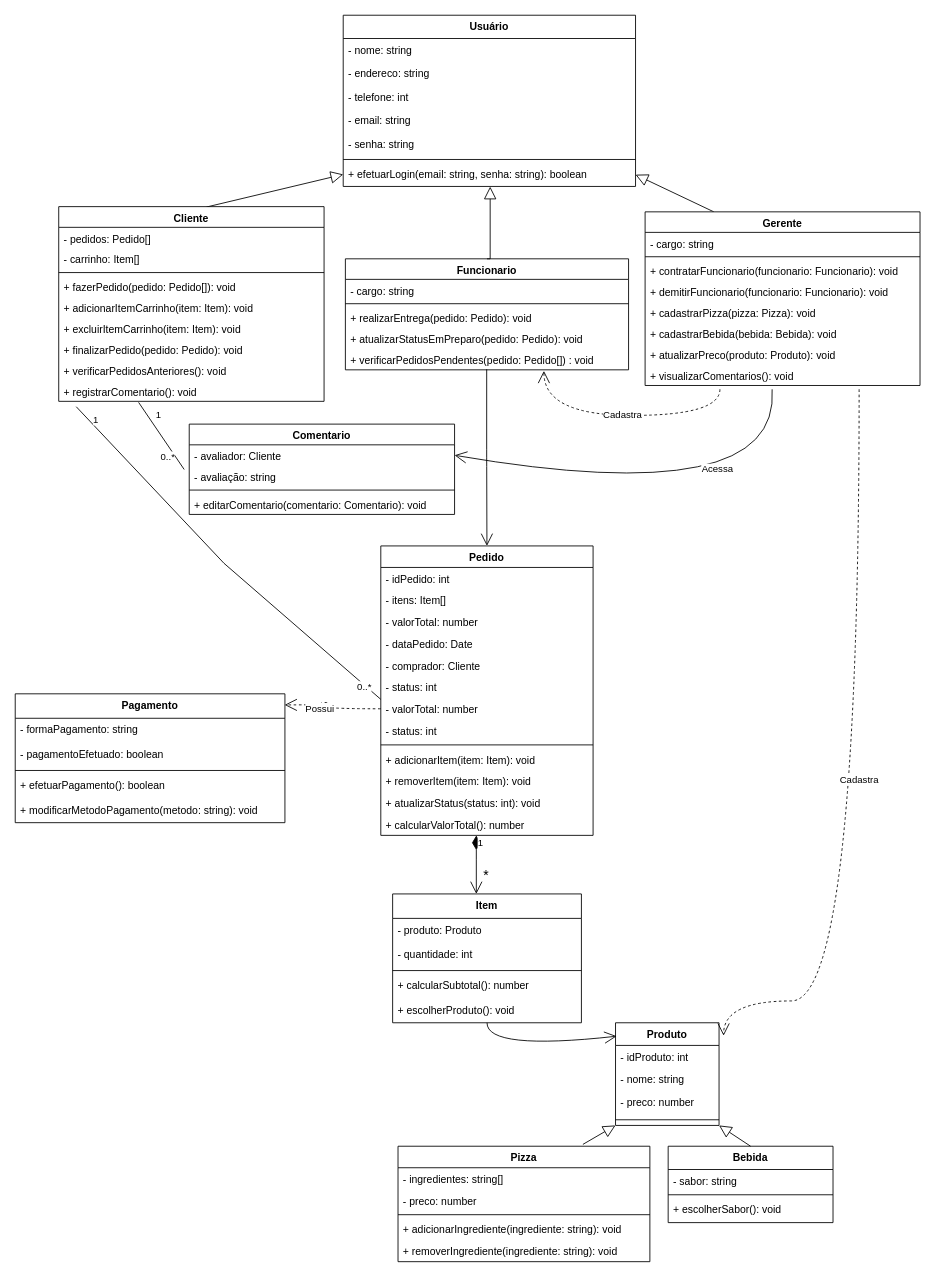
Earlier version of the draw.io diagram Diagramas/Trab_EngenhariaSF.drawio (Mateus-Fernandes-Barbosa/EngenhariaDeSoftware). Source tidied: cells renumbered, new cells numbered last; positions are measured from the earlier drawing's top-left corner, leaving out a move shared by most shapes. Both pictures are drawn from the tidied source at 87%, with x=0, y=0 at pixel (15, 15).
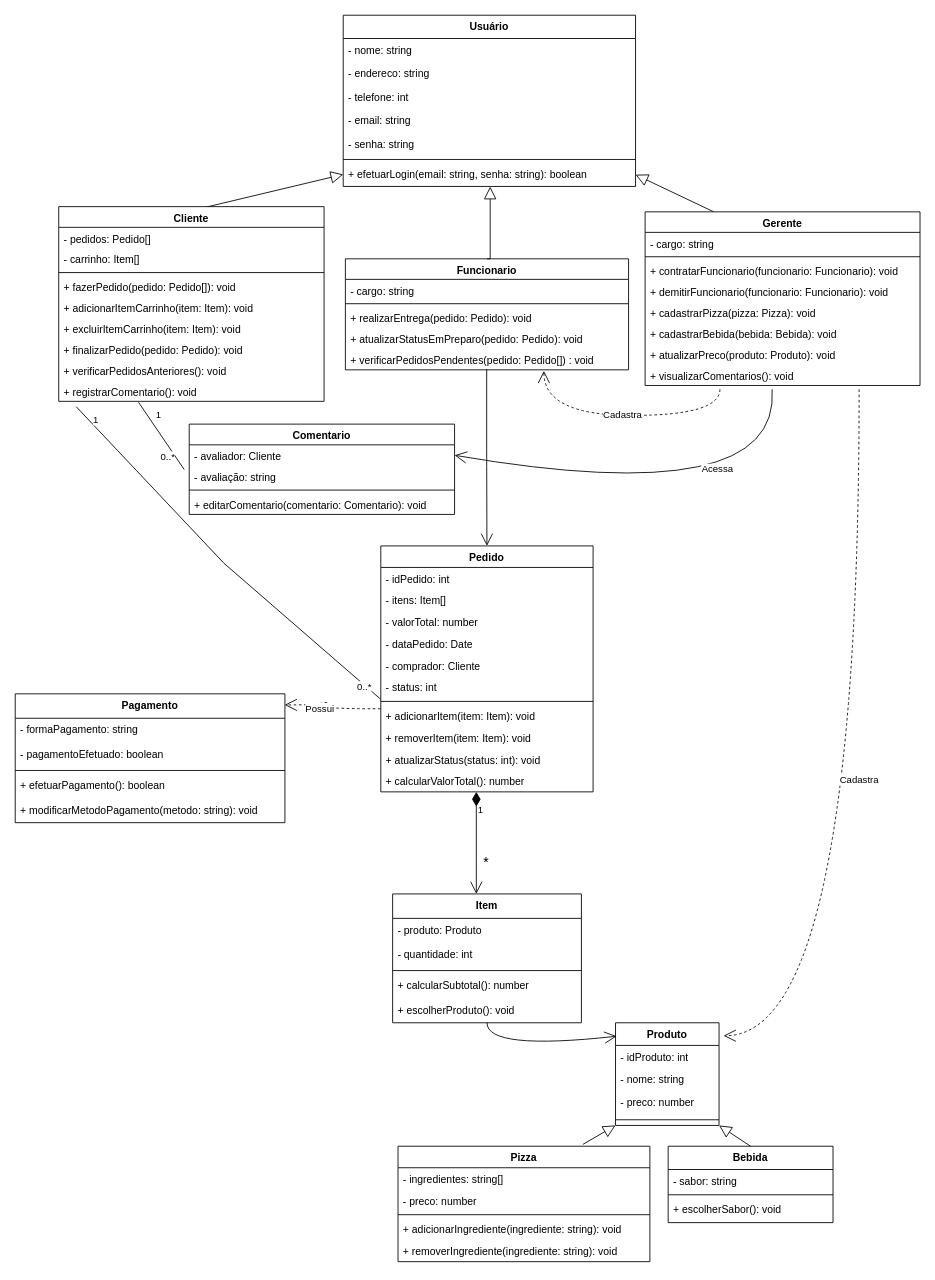
The same page after the edit.

The change refers to these unchanged cells:
```xml
<mxCell id="48" value="Produto" style="swimlane;fontStyle=1;align=center;verticalAlign=top;horizontal=1;startSize=26.01936994280134;" parent="1" vertex="1">
  <mxGeometry x="690" y="1158.1" width="119" height="118" as="geometry" />
</mxCell>
<mxCell id="82" value="Pagamento" style="swimlane;fontStyle=1;align=center;verticalAlign=top;horizontal=1;startSize=28.105932235717773;" parent="1" vertex="1">
  <mxGeometry y="780" width="310" height="148.1" as="geometry" />
</mxCell>
```

The edit, as a diff of the source:
```diff
@@
     <mxCell id="28" value="Pedido" style="swimlane;fontStyle=1;align=center;verticalAlign=top;horizontal=1;startSize=24.730932235717773;" parent="1" vertex="1">
-      <mxGeometry x="420.2" y="610" width="244" height="332.7" as="geometry" />
+      <mxGeometry x="420.2" y="610" width="244" height="282.7" as="geometry" />
     </mxCell>
@@
-    <mxCell id="35" value="- valorTotal: number" style="text;strokeColor=none;fillColor=none;align=left;verticalAlign=top;spacingLeft=4;spacingRight=4;overflow=hidden;points=[[0,0.5],[1,0.5]];portConstraint=eastwest;" parent="28" vertex="1">
-      <mxGeometry y="174.7" width="244" height="25" as="geometry" />
-    </mxCell>
-    <mxCell id="36" value="- status: int" style="text;strokeColor=none;fillColor=none;align=left;verticalAlign=top;spacingLeft=4;spacingRight=4;overflow=hidden;" parent="28" vertex="1">
-      <mxGeometry y="199.7" width="244" height="25" as="geometry" />
-    </mxCell>
     <mxCell id="37" style="line;strokeWidth=1;fillColor=none;align=left;verticalAlign=middle;spacingTop=-1;spacingLeft=3;spacingRight=3;labelPosition=right;strokeColor=inherit;" parent="28" vertex="1">
-      <mxGeometry y="224.7" width="244" height="8" as="geometry" />
+      <mxGeometry y="174.7" width="244" height="8" as="geometry" />
     </mxCell>
     <mxCell id="38" value="+ adicionarItem(item: Item): void" style="text;strokeColor=none;fillColor=none;align=left;verticalAlign=top;spacingLeft=4;spacingRight=4;overflow=hidden;" parent="28" vertex="1">
-      <mxGeometry y="232.7" width="244" height="25" as="geometry" />
+      <mxGeometry y="182.7" width="244" height="25" as="geometry" />
     </mxCell>
     <mxCell id="39" value="+ removerItem(item: Item): void" style="text;strokeColor=none;fillColor=none;align=left;verticalAlign=top;spacingLeft=4;spacingRight=4;overflow=hidden;" parent="28" vertex="1">
-      <mxGeometry y="257.7" width="244" height="25" as="geometry" />
+      <mxGeometry y="207.7" width="244" height="25" as="geometry" />
     </mxCell>
     <mxCell id="40" value="+ atualizarStatus(status: int): void" style="text;strokeColor=none;fillColor=none;align=left;verticalAlign=top;spacingLeft=4;spacingRight=4;overflow=hidden;" parent="28" vertex="1">
-      <mxGeometry y="282.7" width="244" height="25" as="geometry" />
+      <mxGeometry y="232.7" width="244" height="25" as="geometry" />
     </mxCell>
     <mxCell id="41" value="+ calcularValorTotal(): number" style="text;strokeColor=none;fillColor=none;align=left;verticalAlign=top;spacingLeft=4;spacingRight=4;overflow=hidden;points=[[0,0.5],[1,0.5]];portConstraint=eastwest;" parent="28" vertex="1">
-      <mxGeometry y="307.7" width="244" height="25" as="geometry" />
+      <mxGeometry y="257.7" width="244" height="25" as="geometry" />
     </mxCell>
@@
     <mxCell id="76" value="Cadastra" style="endArrow=open;endSize=12;dashed=1;html=1;rounded=0;entryX=1.044;entryY=0.126;entryDx=0;entryDy=0;edgeStyle=orthogonalEdgeStyle;curved=1;entryPerimeter=0;" parent="1" edge="1" target="48">
       <mxGeometry relative="1" as="geometry">
         <mxPoint x="970" y="430" as="sourcePoint" />
         <Array as="points">
-          <mxPoint x="970" y="1133" />
+          <mxPoint x="970" y="1173" />
         </Array>
       </mxGeometry>
     </mxCell>
@@
-    <mxCell id="88" value="Possui" style="endArrow=open;endSize=12;dashed=1;html=1;rounded=0;entryX=0.999;entryY=0.086;entryDx=0;entryDy=0;exitX=0;exitY=0.5;exitDx=0;exitDy=0;edgeStyle=orthogonalEdgeStyle;curved=1;entryPerimeter=0;" parent="1" edge="1" source="35" target="82">
+    <mxCell id="88" value="Possui" style="endArrow=open;endSize=12;dashed=1;html=1;rounded=0;entryX=0.999;entryY=0.086;entryDx=0;entryDy=0;exitX=0;exitY=0.5;exitDx=0;exitDy=0;edgeStyle=orthogonalEdgeStyle;curved=1;entryPerimeter=0;" parent="1" edge="1" target="82">
       <mxGeometry relative="1" as="geometry">
+        <mxPoint x="420.2" y="797.2" as="sourcePoint" />
         <Array as="points">
           <mxPoint x="350" y="797" />
           <mxPoint x="350" y="790" />
           <mxPoint x="360" y="790" />
           <mxPoint x="360" y="793" />
         </Array>
       </mxGeometry>
     </mxCell>
```
